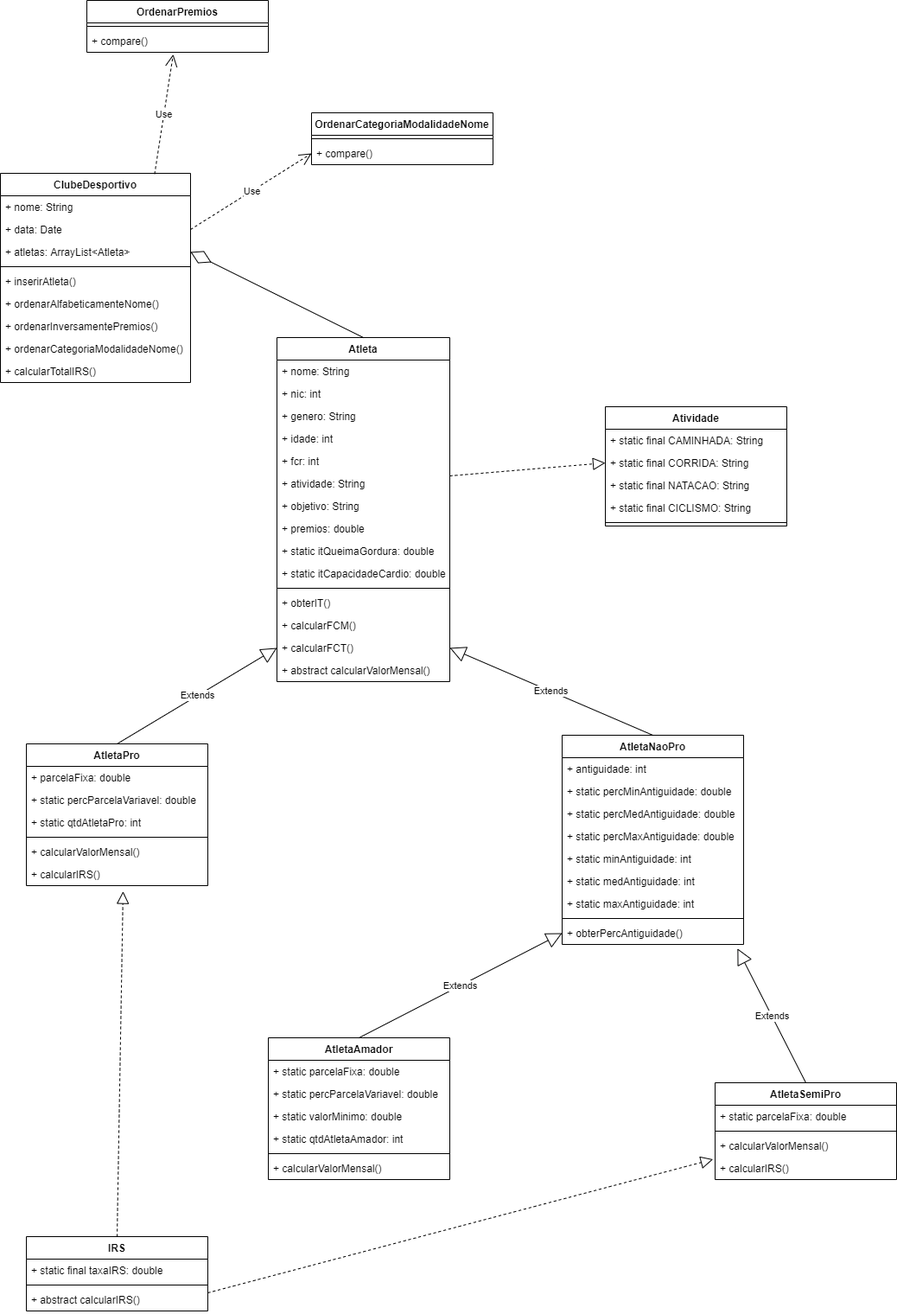
Above: diagrama_uml.png in MarcoPereiraUpSkill/sprint-1-lucas-bruno-marco (draw.io), before the change. Source tidied: cells renumbered, new cells last; positions are measured from the earlier drawing's top-left corner, leaving out a move shared by most shapes.
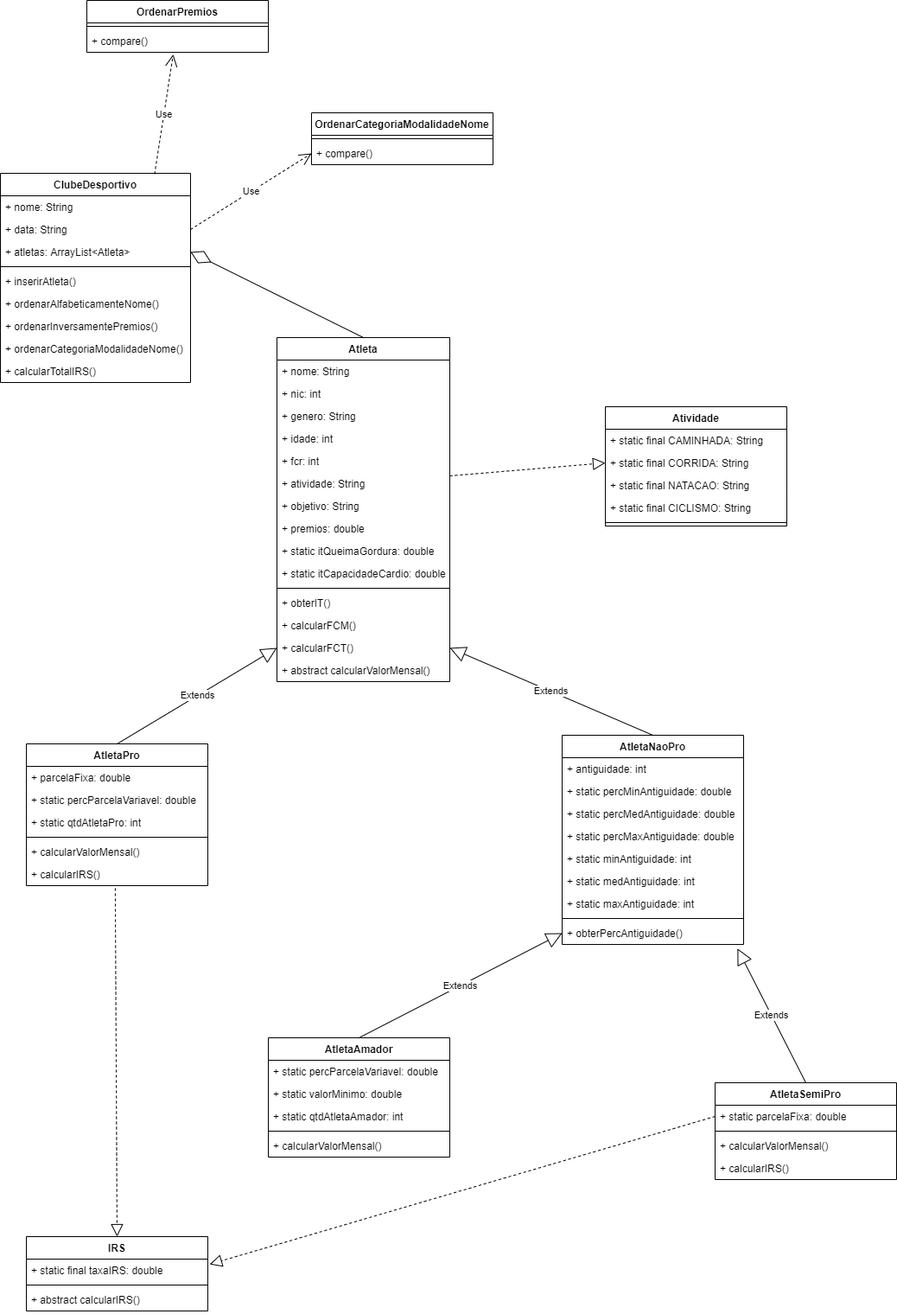
Later version of the same file.

What changed in the source:
```diff
@@ -102,25 +102,22 @@
       <mxGeometry y="216" width="210" height="26" as="geometry" />
     </mxCell>
     <mxCell id="35" value="AtletaAmador" style="swimlane;fontStyle=1;align=center;verticalAlign=top;horizontal=1;startSize=26;" parent="1" vertex="1">
-      <mxGeometry x="310" y="1200" width="210" height="164" as="geometry" />
+      <mxGeometry x="310" y="1200" width="210" height="138" as="geometry" />
     </mxCell>
-    <mxCell id="36" value="+ static parcelaFixa: double" style="text;strokeColor=none;fillColor=none;align=left;verticalAlign=top;spacingLeft=4;spacingRight=4;overflow=hidden;" parent="35" vertex="1">
-      <mxGeometry y="26" width="210" height="26" as="geometry" />
-    </mxCell>
     <mxCell id="37" value="+ static percParcelaVariavel: double" style="text;strokeColor=none;fillColor=none;align=left;verticalAlign=top;spacingLeft=4;spacingRight=4;overflow=hidden;" parent="35" vertex="1">
-      <mxGeometry y="52" width="210" height="26" as="geometry" />
+      <mxGeometry y="26" width="210" height="26" as="geometry" />
     </mxCell>
     <mxCell id="38" value="+ static valorMinimo: double" style="text;strokeColor=none;fillColor=none;align=left;verticalAlign=top;spacingLeft=4;spacingRight=4;overflow=hidden;" parent="35" vertex="1">
-      <mxGeometry y="78" width="210" height="26" as="geometry" />
+      <mxGeometry y="52" width="210" height="26" as="geometry" />
     </mxCell>
     <mxCell id="39" value="+ static qtdAtletaAmador: int" style="text;strokeColor=none;fillColor=none;align=left;verticalAlign=top;spacingLeft=4;spacingRight=4;overflow=hidden;" parent="35" vertex="1">
-      <mxGeometry y="104" width="210" height="26" as="geometry" />
+      <mxGeometry y="78" width="210" height="26" as="geometry" />
     </mxCell>
     <mxCell id="40" style="line;strokeWidth=1;fillColor=none;align=left;verticalAlign=middle;spacingTop=-1;spacingLeft=3;spacingRight=3;labelPosition=right;" parent="35" vertex="1">
-      <mxGeometry y="130" width="210" height="8" as="geometry" />
+      <mxGeometry y="104" width="210" height="8" as="geometry" />
     </mxCell>
     <mxCell id="41" value="+ calcularValorMensal()" style="text;strokeColor=none;fillColor=none;align=left;verticalAlign=top;spacingLeft=4;spacingRight=4;overflow=hidden;" parent="35" vertex="1">
-      <mxGeometry y="138" width="210" height="26" as="geometry" />
+      <mxGeometry y="112" width="210" height="26" as="geometry" />
     </mxCell>
     <mxCell id="42" value="AtletaSemiPro" style="swimlane;fontStyle=1;align=center;verticalAlign=top;horizontal=1;startSize=26;" parent="1" vertex="1">
       <mxGeometry x="827" y="1252" width="210" height="112" as="geometry" />
@@ -178,7 +175,7 @@
     <mxCell id="59" value="+ nome: String" style="text;strokeColor=none;fillColor=none;align=left;verticalAlign=top;spacingLeft=4;spacingRight=4;overflow=hidden;" parent="58" vertex="1">
       <mxGeometry y="26" width="220" height="26" as="geometry" />
     </mxCell>
-    <mxCell id="60" value="+ data: Date" style="text;strokeColor=none;fillColor=none;align=left;verticalAlign=top;spacingLeft=4;spacingRight=4;overflow=hidden;points=[[0,0.5],[1,0.5]];portConstraint=eastwest;" parent="58" vertex="1">
+    <mxCell id="60" value="+ data: String" style="text;strokeColor=none;fillColor=none;align=left;verticalAlign=top;spacingLeft=4;spacingRight=4;overflow=hidden;points=[[0,0.5],[1,0.5]];portConstraint=eastwest;" parent="58" vertex="1">
       <mxGeometry y="52" width="220" height="26" as="geometry" />
     </mxCell>
     <mxCell id="61" value="+ atletas: ArrayList&lt;Atleta&gt;" style="text;strokeColor=none;fillColor=none;align=left;verticalAlign=top;spacingLeft=4;spacingRight=4;overflow=hidden;points=[[0,0.5],[1,0.5]];portConstraint=eastwest;" parent="58" vertex="1">
@@ -217,13 +214,11 @@
     <mxCell id="72" value="+ abstract calcularIRS()" style="text;strokeColor=none;fillColor=none;align=left;verticalAlign=top;spacingLeft=4;spacingRight=4;overflow=hidden;" parent="69" vertex="1">
       <mxGeometry y="60" width="210" height="26" as="geometry" />
     </mxCell>
-    <mxCell id="73" style="endArrow=block;dashed=1;endFill=0;endSize=12;html=1;entryX=0.533;entryY=1.253;entryDx=0;entryDy=0;entryPerimeter=0;exitX=0.5;exitY=0;exitDx=0;exitDy=0;" parent="1" edge="1" source="69" target="24">
+    <mxCell id="73" style="endArrow=block;dashed=1;endFill=0;endSize=12;html=1;exitX=0.49;exitY=1.115;exitDx=0;exitDy=0;exitPerimeter=0;entryX=0.5;entryY=0;entryDx=0;entryDy=0;" parent="1" edge="1" source="24" target="69">
       <mxGeometry relative="1" as="geometry" />
     </mxCell>
-    <mxCell id="74" style="endArrow=block;dashed=1;endFill=0;endSize=12;html=1;entryX=-0.011;entryY=0.099;entryDx=0;entryDy=0;entryPerimeter=0;exitX=1;exitY=0.5;exitDx=0;exitDy=0;" parent="1" edge="1" target="46">
-      <mxGeometry relative="1" as="geometry">
-        <mxPoint x="240" y="1495" as="sourcePoint" />
-      </mxGeometry>
+    <mxCell id="74" style="endArrow=block;dashed=1;endFill=0;endSize=12;html=1;entryX=1.01;entryY=0.231;entryDx=0;entryDy=0;entryPerimeter=0;exitX=0;exitY=0.5;exitDx=0;exitDy=0;" parent="1" edge="1" source="43" target="70">
+      <mxGeometry relative="1" as="geometry" />
     </mxCell>
     <mxCell id="75" value="Use" style="endArrow=open;endSize=12;dashed=1;html=1;exitX=1;exitY=0.5;exitDx=0;exitDy=0;entryX=0;entryY=0.5;entryDx=0;entryDy=0;" parent="1" edge="1" source="60" target="78">
       <mxGeometry relative="1" as="geometry" />
```
